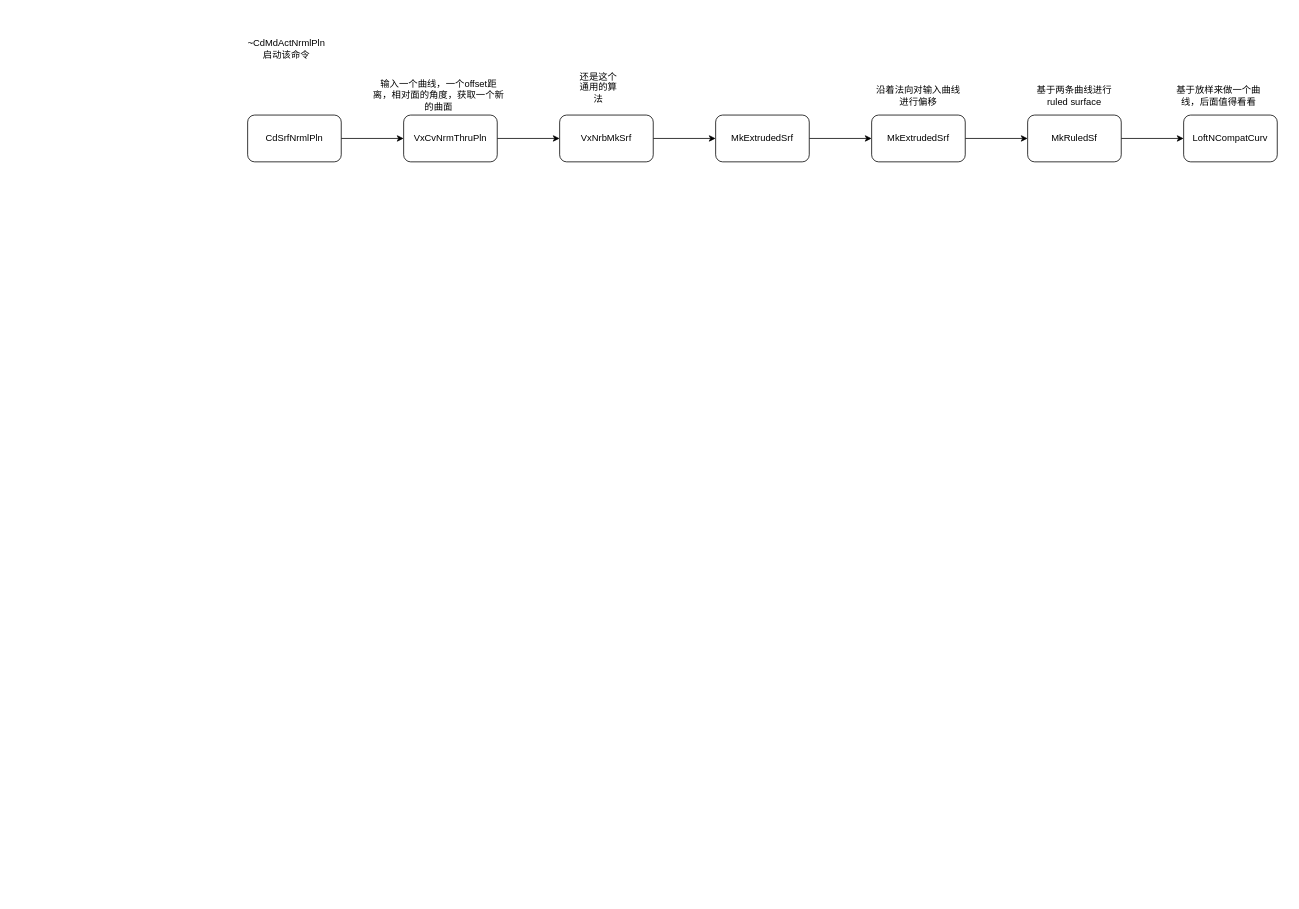
This is 绘图记录/放样.drawio from studyrohan/BSpline_learn, a draw.io file, before an edit. Source tidied: cells renumbered, new cells numbered last; positions are measured from the earlier drawing's top-left corner, leaving out a move shared by most shapes. Both pictures are drawn from the tidied source at 78%, with x=0, y=0 at pixel (247, 37).
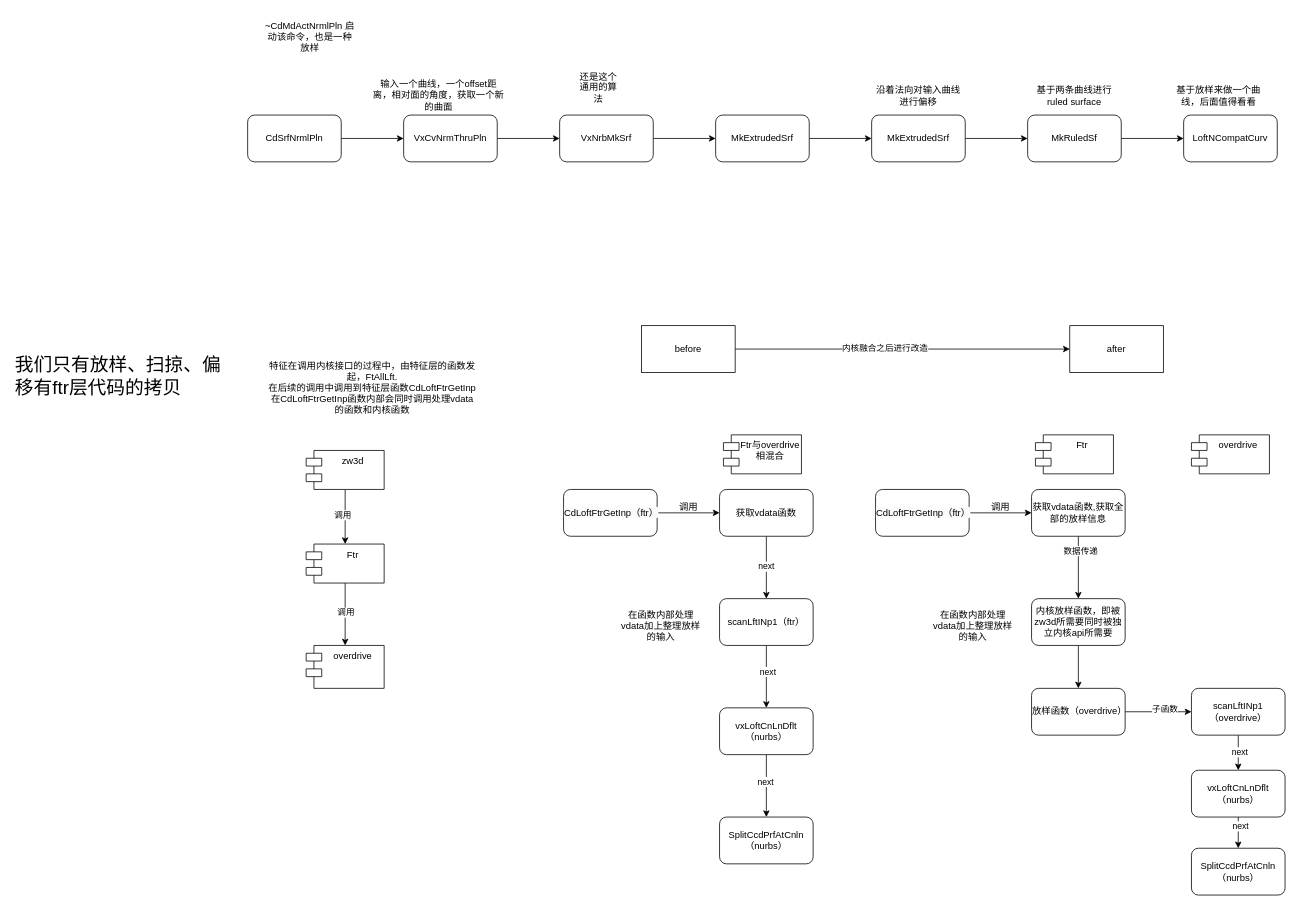
Above is the later version.

Diff of the diagram source:
```diff
@@
-    <mxCell id="20" value="~CdMdActNrmlPln 启动该命令" style="text;html=1;align=center;verticalAlign=middle;whiteSpace=wrap;rounded=0;" parent="1" vertex="1">
-      <mxGeometry x="20" width="60" height="30" as="geometry" />
+    <mxCell id="20" value="~CdMdActNrmlPln 启动该命令，也是一种放样" style="text;html=1;align=center;verticalAlign=middle;whiteSpace=wrap;rounded=0;" parent="1" vertex="1">
+      <mxGeometry x="20" y="-30" width="120" height="60" as="geometry" />
     </mxCell>
+    <mxCell id="21" style="edgeStyle=orthogonalEdgeStyle;rounded=0;jettySize=auto;html=1;" parent="1" edge="1" source="23" target="24">
+      <mxGeometry relative="1" as="geometry" />
+    </mxCell>
+    <mxCell id="22" value="调用" style="edgeLabel;html=1;align=center;verticalAlign=middle;" parent="21" vertex="1">
+      <mxGeometry x="-0.07" relative="1" as="geometry" />
+    </mxCell>
+    <mxCell id="23" value="Ftr" style="shape=module;align=left;spacingLeft=20;align=center;verticalAlign=top;whiteSpace=wrap;html=1;" parent="1" vertex="1">
+      <mxGeometry x="75" y="650" width="100" height="50" as="geometry" />
+    </mxCell>
+    <mxCell id="24" value="overdrive" style="shape=module;align=left;spacingLeft=20;align=center;verticalAlign=top;whiteSpace=wrap;html=1;" parent="1" vertex="1">
+      <mxGeometry x="75" y="780" width="100" height="55" as="geometry" />
+    </mxCell>
+    <mxCell id="25" style="edgeStyle=orthogonalEdgeStyle;rounded=0;jettySize=auto;html=1;" parent="1" edge="1" source="27" target="23">
+      <mxGeometry relative="1" as="geometry" />
+    </mxCell>
+    <mxCell id="26" value="调用" style="edgeLabel;html=1;align=center;verticalAlign=middle;" parent="25" vertex="1">
+      <mxGeometry x="-0.1" y="-4" relative="1" as="geometry" />
+    </mxCell>
+    <mxCell id="27" value="zw3d" style="shape=module;align=left;spacingLeft=20;align=center;verticalAlign=top;whiteSpace=wrap;html=1;" parent="1" vertex="1">
+      <mxGeometry x="75" y="530" width="100" height="50" as="geometry" />
+    </mxCell>
+    <mxCell id="28" value="特征在调用内核接口的过程中，由特征层的函数发起，FtAllLft.&lt;div&gt;在后续的调用中调用到特征层函数CdLoftFtrGetInp&lt;/div&gt;&lt;div&gt;在CdLoftFtrGetInp函数内部会同时调用处理vdata的函数和内核函数&lt;/div&gt;" style="text;html=1;align=center;verticalAlign=middle;whiteSpace=wrap;rounded=0;" parent="1" vertex="1">
+      <mxGeometry x="25" y="390" width="270" height="120" as="geometry" />
+    </mxCell>
+    <mxCell id="29" style="edgeStyle=orthogonalEdgeStyle;rounded=0;jettySize=auto;html=1;" parent="1" edge="1" source="30" target="33">
+      <mxGeometry relative="1" as="geometry" />
+    </mxCell>
+    <mxCell id="30" value="&lt;br&gt;&lt;span style=&quot;color: rgb(0, 0, 0); font-family: Helvetica; font-size: 12px; font-style: normal; font-variant-ligatures: normal; font-variant-caps: normal; font-weight: 400; letter-spacing: normal; orphans: 2; text-align: center; text-indent: 0px; text-transform: none; widows: 2; word-spacing: 0px; -webkit-text-stroke-width: 0px; white-space: normal; background-color: rgb(251, 251, 251); text-decoration-thickness: initial; text-decoration-style: initial; text-decoration-color: initial; float: none; display: inline !important;&quot;&gt;CdLoftFtrGetInp（ftr）&lt;/span&gt;&lt;div&gt;&lt;br/&gt;&lt;/div&gt;" style="rounded=1;whiteSpace=wrap;html=1;" parent="1" vertex="1">
+      <mxGeometry x="405" y="580" width="120" height="60" as="geometry" />
+    </mxCell>
+    <mxCell id="31" style="edgeStyle=orthogonalEdgeStyle;rounded=0;jettySize=auto;html=1;" parent="1" edge="1" source="33" target="37">
+      <mxGeometry relative="1" as="geometry" />
+    </mxCell>
+    <mxCell id="32" value="next" style="edgeLabel;html=1;align=center;verticalAlign=middle;" parent="31" vertex="1">
+      <mxGeometry x="-0.05" y="-1" relative="1" as="geometry" />
+    </mxCell>
+    <mxCell id="33" value="获取vdata函数" style="rounded=1;whiteSpace=wrap;html=1;" parent="1" vertex="1">
+      <mxGeometry x="605" y="580" width="120" height="60" as="geometry" />
+    </mxCell>
+    <mxCell id="34" value="调用" style="text;html=1;align=center;verticalAlign=middle;strokeColor=none;fillColor=none;" parent="1" vertex="1">
+      <mxGeometry x="540" y="588" width="50" height="30" as="geometry" />
+    </mxCell>
+    <mxCell id="35" style="edgeStyle=orthogonalEdgeStyle;rounded=0;jettySize=auto;html=1;" parent="1" edge="1" source="37" target="41">
+      <mxGeometry relative="1" as="geometry" />
+    </mxCell>
+    <mxCell id="36" value="next" style="edgeLabel;html=1;align=center;verticalAlign=middle;" parent="35" vertex="1">
+      <mxGeometry x="-0.17" y="1" relative="1" as="geometry" />
+    </mxCell>
+    <mxCell id="37" value="scanLftINp1（ftr）" style="whiteSpace=wrap;html=1;rounded=1;" parent="1" vertex="1">
+      <mxGeometry x="605" y="720" width="120" height="60" as="geometry" />
+    </mxCell>
+    <mxCell id="38" value="在函数内部处理vdata加上整理放样的输入" style="text;html=1;align=center;verticalAlign=middle;whiteSpace=wrap;rounded=0;" parent="1" vertex="1">
+      <mxGeometry x="475" y="740" width="110" height="30" as="geometry" />
+    </mxCell>
+    <mxCell id="39" style="edgeStyle=orthogonalEdgeStyle;rounded=0;jettySize=auto;html=1;" parent="1" edge="1" source="41" target="42">
+      <mxGeometry relative="1" as="geometry" />
+    </mxCell>
+    <mxCell id="40" value="next" style="edgeLabel;html=1;align=center;verticalAlign=middle;" parent="39" vertex="1">
+      <mxGeometry x="-0.14" y="-2" relative="1" as="geometry" />
+    </mxCell>
+    <mxCell id="41" value="vxLoftCnLnDflt（nurbs）" style="whiteSpace=wrap;html=1;rounded=1;" parent="1" vertex="1">
+      <mxGeometry x="605" y="860" width="120" height="60" as="geometry" />
+    </mxCell>
+    <mxCell id="42" value="SplitCcdPrfAtCnln（nurbs）" style="whiteSpace=wrap;html=1;rounded=1;" parent="1" vertex="1">
+      <mxGeometry x="605" y="1000" width="120" height="60" as="geometry" />
+    </mxCell>
+    <mxCell id="43" style="edgeStyle=orthogonalEdgeStyle;rounded=0;jettySize=auto;html=1;" parent="1" edge="1" source="45" target="46">
+      <mxGeometry relative="1" as="geometry" />
+    </mxCell>
+    <mxCell id="44" value="内核融合之后进行改造" style="edgeLabel;html=1;align=center;verticalAlign=middle;" parent="43" vertex="1">
+      <mxGeometry x="-0.11" y="2" relative="1" as="geometry" />
+    </mxCell>
+    <mxCell id="45" value="before" style="rounded=0;whiteSpace=wrap;html=1;" parent="1" vertex="1">
+      <mxGeometry x="505" y="370" width="120" height="60" as="geometry" />
+    </mxCell>
+    <mxCell id="46" value="after" style="whiteSpace=wrap;html=1;rounded=0;" parent="1" vertex="1">
+      <mxGeometry x="1054" y="370" width="120" height="60" as="geometry" />
+    </mxCell>
+    <mxCell id="47" style="edgeStyle=orthogonalEdgeStyle;rounded=0;jettySize=auto;html=1;" parent="1" edge="1" source="48" target="51">
+      <mxGeometry relative="1" as="geometry" />
+    </mxCell>
+    <mxCell id="48" value="&lt;br&gt;&lt;span style=&quot;color: rgb(0, 0, 0); font-family: Helvetica; font-size: 12px; font-style: normal; font-variant-ligatures: normal; font-variant-caps: normal; font-weight: 400; letter-spacing: normal; orphans: 2; text-align: center; text-indent: 0px; text-transform: none; widows: 2; word-spacing: 0px; -webkit-text-stroke-width: 0px; white-space: normal; background-color: rgb(251, 251, 251); text-decoration-thickness: initial; text-decoration-style: initial; text-decoration-color: initial; float: none; display: inline !important;&quot;&gt;CdLoftFtrGetInp（ftr）&lt;/span&gt;&lt;div&gt;&lt;br/&gt;&lt;/div&gt;" style="rounded=1;whiteSpace=wrap;html=1;" parent="1" vertex="1">
+      <mxGeometry x="805" y="580" width="120" height="60" as="geometry" />
+    </mxCell>
+    <mxCell id="49" style="edgeStyle=orthogonalEdgeStyle;rounded=0;jettySize=auto;html=1;" parent="1" edge="1" source="51" target="54">
+      <mxGeometry relative="1" as="geometry" />
+    </mxCell>
+    <mxCell id="50" value="数据传递" style="edgeLabel;html=1;align=center;verticalAlign=middle;" parent="49" vertex="1">
+      <mxGeometry x="-0.56" y="2" relative="1" as="geometry" />
+    </mxCell>
+    <mxCell id="51" value="获取vdata函数,获取全部的放样信息" style="rounded=1;whiteSpace=wrap;html=1;" parent="1" vertex="1">
+      <mxGeometry x="1005" y="580" width="120" height="60" as="geometry" />
+    </mxCell>
+    <mxCell id="52" value="调用" style="text;html=1;align=center;verticalAlign=middle;strokeColor=none;fillColor=none;" parent="1" vertex="1">
+      <mxGeometry x="940" y="588" width="50" height="30" as="geometry" />
+    </mxCell>
+    <mxCell id="53" style="edgeStyle=orthogonalEdgeStyle;rounded=0;jettySize=auto;html=1;" parent="1" edge="1" source="54" target="68">
+      <mxGeometry relative="1" as="geometry" />
+    </mxCell>
+    <mxCell id="54" value="内核放样函数，即被zw3d所需要同时被独立内核api所需要" style="whiteSpace=wrap;html=1;rounded=1;" parent="1" vertex="1">
+      <mxGeometry x="1005" y="720" width="120" height="60" as="geometry" />
+    </mxCell>
+    <mxCell id="55" value="在函数内部处理vdata加上整理放样的输入" style="text;html=1;align=center;verticalAlign=middle;whiteSpace=wrap;rounded=0;" parent="1" vertex="1">
+      <mxGeometry x="875" y="740" width="110" height="30" as="geometry" />
+    </mxCell>
+    <mxCell id="56" style="edgeStyle=orthogonalEdgeStyle;rounded=0;jettySize=auto;html=1;" parent="1" edge="1" source="58" target="61">
+      <mxGeometry relative="1" as="geometry" />
+    </mxCell>
+    <mxCell id="57" value="next" style="edgeLabel;html=1;align=center;verticalAlign=middle;" parent="56" vertex="1">
+      <mxGeometry x="-0.06" y="1" relative="1" as="geometry" />
+    </mxCell>
+    <mxCell id="58" value="scanLftINp1（overdrive）" style="whiteSpace=wrap;html=1;rounded=1;" parent="1" vertex="1">
+      <mxGeometry x="1210" y="835" width="120" height="60" as="geometry" />
+    </mxCell>
+    <mxCell id="59" style="edgeStyle=orthogonalEdgeStyle;rounded=0;jettySize=auto;html=1;" parent="1" edge="1" source="61" target="62">
+      <mxGeometry relative="1" as="geometry" />
+    </mxCell>
+    <mxCell id="60" value="next" style="edgeLabel;html=1;align=center;verticalAlign=middle;" parent="59" vertex="1">
+      <mxGeometry x="-0.43" y="2" relative="1" as="geometry" />
+    </mxCell>
+    <mxCell id="61" value="vxLoftCnLnDflt（nurbs）" style="whiteSpace=wrap;html=1;rounded=1;" parent="1" vertex="1">
+      <mxGeometry x="1210" y="940" width="120" height="60" as="geometry" />
+    </mxCell>
+    <mxCell id="62" value="SplitCcdPrfAtCnln（nurbs）" style="whiteSpace=wrap;html=1;rounded=1;" parent="1" vertex="1">
+      <mxGeometry x="1210" y="1040" width="120" height="60" as="geometry" />
+    </mxCell>
+    <mxCell id="63" value="overdrive" style="shape=module;align=left;spacingLeft=20;align=center;verticalAlign=top;whiteSpace=wrap;html=1;" parent="1" vertex="1">
+      <mxGeometry x="1210" y="510" width="100" height="50" as="geometry" />
+    </mxCell>
+    <mxCell id="64" value="Ftr" style="shape=module;align=left;spacingLeft=20;align=center;verticalAlign=top;whiteSpace=wrap;html=1;" parent="1" vertex="1">
+      <mxGeometry x="1010" y="510" width="100" height="50" as="geometry" />
+    </mxCell>
+    <mxCell id="65" value="Ftr与overdrive相混合" style="shape=module;align=left;spacingLeft=20;align=center;verticalAlign=top;whiteSpace=wrap;html=1;" parent="1" vertex="1">
+      <mxGeometry x="610" y="510" width="100" height="50" as="geometry" />
+    </mxCell>
+    <mxCell id="66" style="edgeStyle=orthogonalEdgeStyle;rounded=0;jettySize=auto;html=1;" parent="1" edge="1" source="68" target="58">
+      <mxGeometry relative="1" as="geometry" />
+    </mxCell>
+    <mxCell id="67" value="子函数" style="edgeLabel;html=1;align=center;verticalAlign=middle;" parent="66" vertex="1">
+      <mxGeometry x="0.18" y="4" relative="1" as="geometry" />
+    </mxCell>
+    <mxCell id="68" value="放样函数（overdrive）" style="whiteSpace=wrap;html=1;rounded=1;" parent="1" vertex="1">
+      <mxGeometry x="1005" y="835" width="120" height="60" as="geometry" />
+    </mxCell>
+    <mxCell id="69" value="&lt;font style=&quot;font-size: 24px;&quot;&gt;我们只有放样、扫掠、偏移有ftr层代码的拷贝&lt;/font&gt;" style="text;whiteSpace=wrap;html=1;" parent="1" vertex="1">
+      <mxGeometry x="-300" y="400" width="270" height="170" as="geometry" />
+    </mxCell>
```
